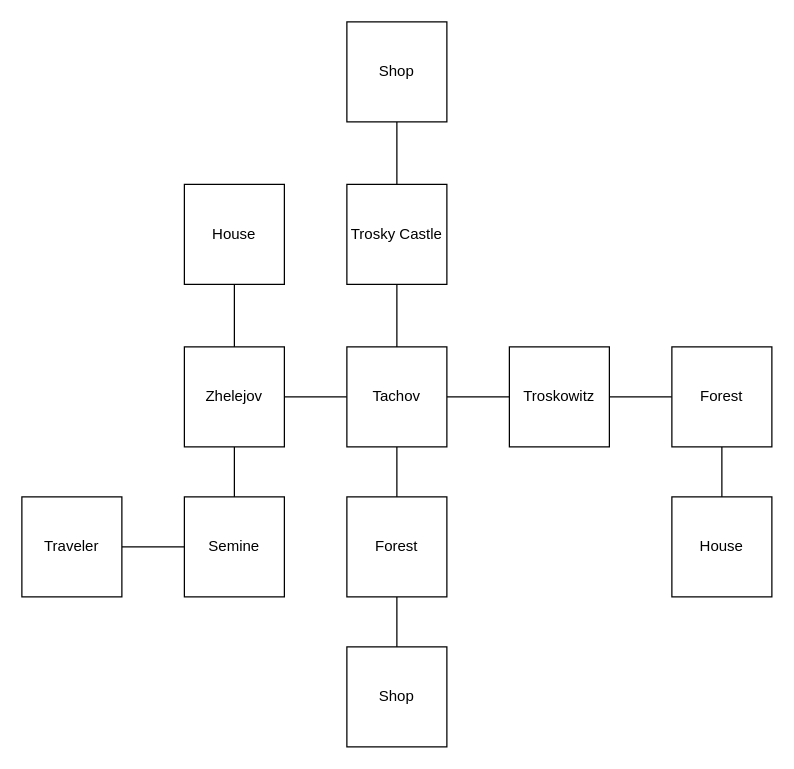
Above: Trosky.drawio in BasilCZ/KingdomComeGame (draw.io), before the change. Source tidied: cells renumbered, new cells numbered last; positions are measured from the earlier drawing's top-left corner, leaving out a move shared by most shapes. Both pictures are drawn from the tidied source at 125%, with x=0, y=0 at pixel (21, 21).
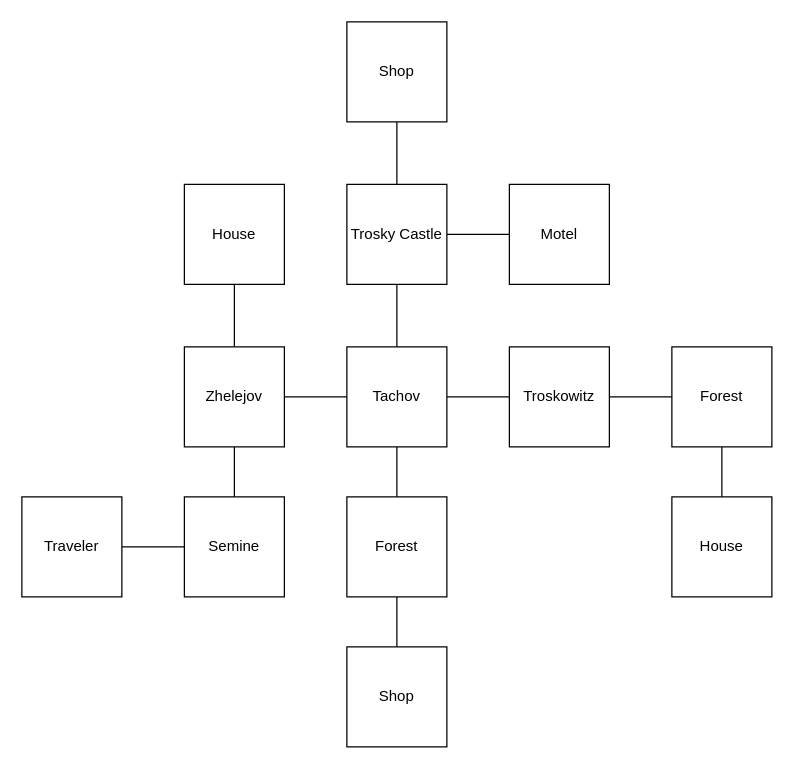
The same diagram, later.

Unchanged cells that the change refers to:
```xml
<mxCell id="13" value="Trosky Castle" style="whiteSpace=wrap;html=1;" parent="1" vertex="1">
  <mxGeometry x="260" y="130" width="80" height="80" as="geometry" />
</mxCell>
```

Change to the diagram source:
```diff
@@
+    <mxCell id="25" style="edgeStyle=orthogonalEdgeStyle;rounded=0;jettySize=auto;html=1;entryX=0;entryY=0.5;entryDx=0;entryDy=0;endArrow=none;startFill=0;" parent="1" edge="1" source="13" target="26">
+      <mxGeometry relative="1" as="geometry" />
+    </mxCell>
@@
+    <mxCell id="26" value="Motel" style="whiteSpace=wrap;html=1;" parent="1" vertex="1">
+      <mxGeometry x="390" y="130" width="80" height="80" as="geometry" />
+    </mxCell>
```
